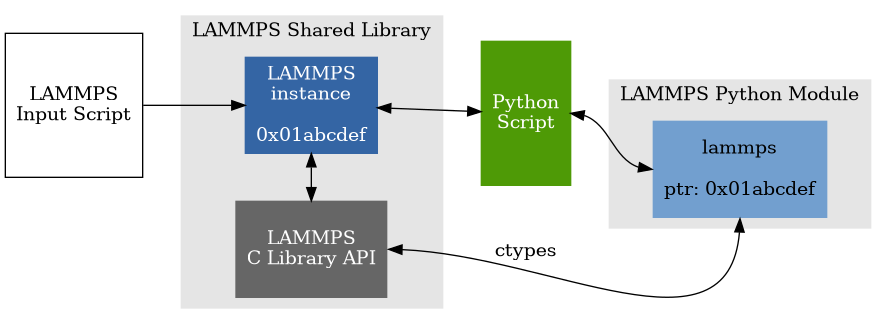
Above: doc/src/JPG/lammps-invoke-python.png in ryandeng1/lammps_tmp (Graphviz), before the change. Its source is kept beside it as doc/graphviz/lammps-invoke-python.dot. The source it was exported from:
```dot
digraph api {
    rankdir="LR";
    edge [constraint=false];
    input [shape=box label="LAMMPS\nInput Script" height=1.5];
    subgraph cluster0 {
      style=filled;
      color="#e5e5e5";
      rank=same;
      capi [shape=box style=filled height=1 color="#666666" fontcolor=white label="LAMMPS\nC Library API"];
      instance [shape=box style=filled height=1 color="#3465a4" fontcolor=white label="LAMMPS\ninstance\n\n0x01abcdef"];
      capi -> instance [dir=both];
      label="LAMMPS Shared Library";
    }
    python [shape=box style=filled color="#4e9a06" fontcolor=white label="Python\nScript" height=1.5];
    subgraph cluster1 {
      style=filled;
      color="#e5e5e5";
      lammps [shape=box style=filled height=1 color="#729fcf" label="lammps\n\nptr: 0x01abcdef"];
      label="LAMMPS Python Module";
    }
    input -> instance [constraint=true];
    instance -> python [dir=both constraint=true];
    python:e -> lammps:w [dir=both constraint=true];
    lammps:s -> capi:e [dir=both label=ctypes constraint=true];
}
```
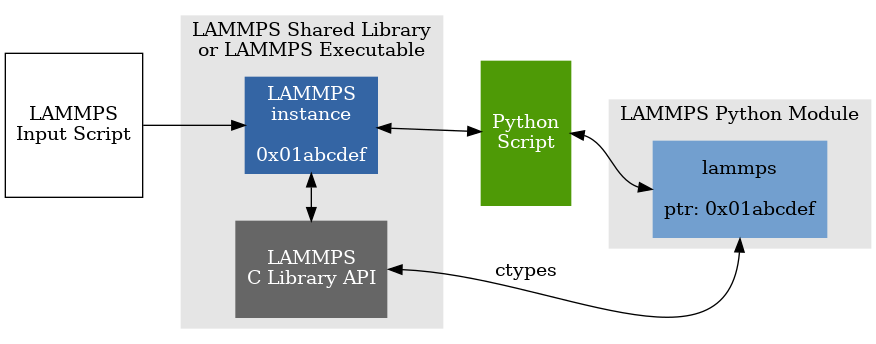
Later version of the same file.

Commit message:
update label in graph

Diff of the diagram source:
```diff
@@ -9,7 +9,7 @@
       capi [shape=box style=filled height=1 color="#666666" fontcolor=white label="LAMMPS\nC Library API"];
       instance [shape=box style=filled height=1 color="#3465a4" fontcolor=white label="LAMMPS\ninstance\n\n0x01abcdef"];
       capi -> instance [dir=both];
-      label="LAMMPS Shared Library";
+      label="LAMMPS Shared Library\nor LAMMPS Executable";
     }
     python [shape=box style=filled color="#4e9a06" fontcolor=white label="Python\nScript" height=1.5];
     subgraph cluster1 {
```
